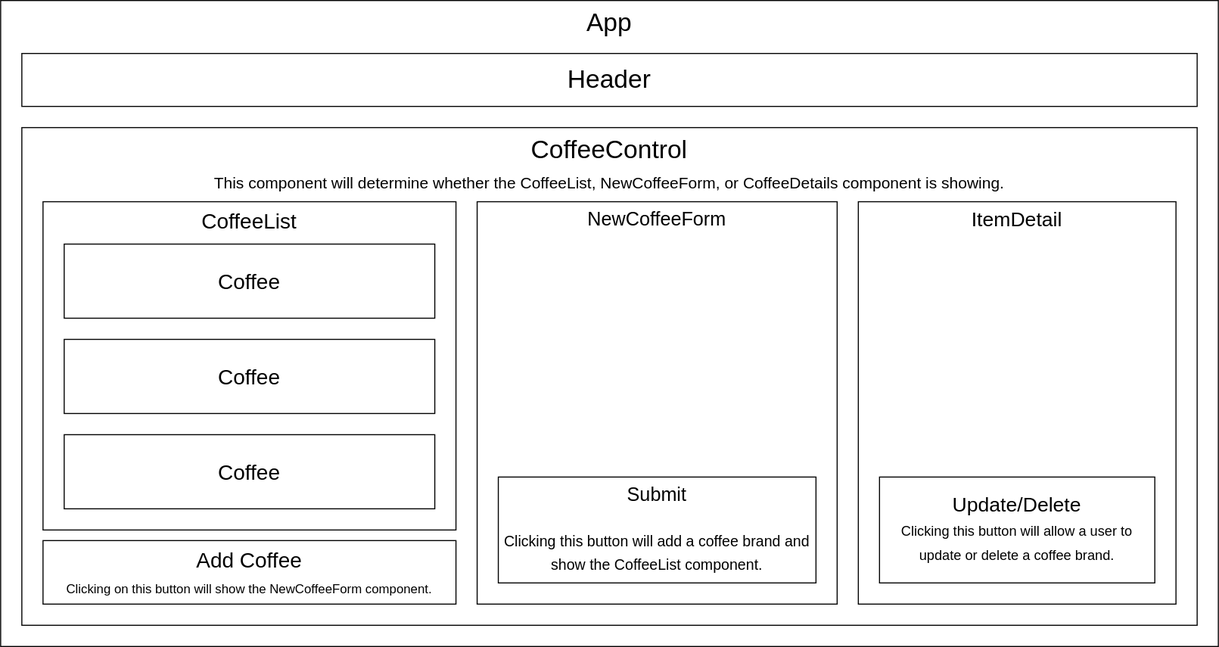
Earlier version of the draw.io export coffee_shop_diagram.drawio.svg (besure94/coffee-shop). Source tidied: cells renumbered, new cells last; positions are measured from the earlier drawing's top-left corner, leaving out a move shared by most shapes.
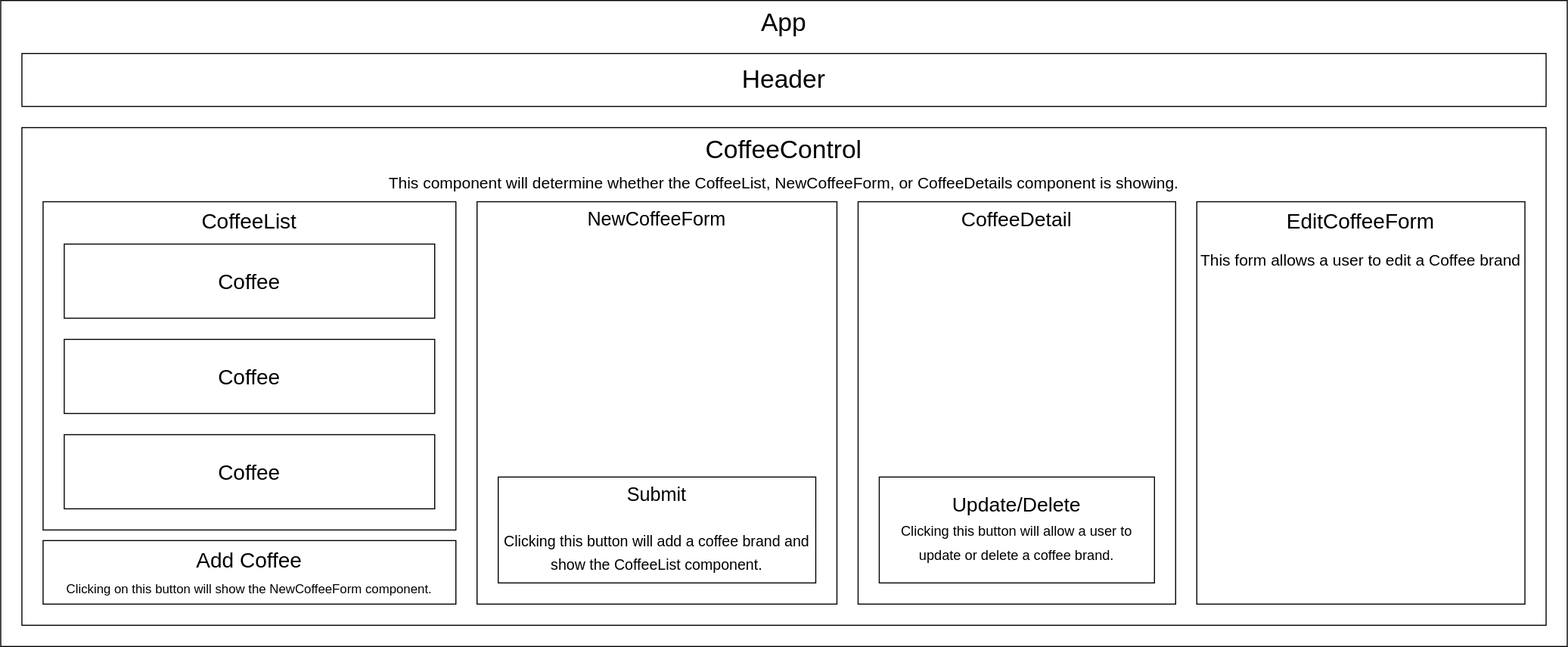
The same diagram one commit later.

Commit message:
Edit diagram to include EditCoffeeForm component, and add functionality to edit a Coffee.

The edit, as a diff of the source:
```diff
@@ -3,13 +3,13 @@
     <mxCell id="0" />
     <mxCell id="1" parent="0" />
     <mxCell id="2" value="&lt;font style=&quot;font-size: 24px;&quot;&gt;App&lt;/font&gt;" style="rounded=0;whiteSpace=wrap;html=1;verticalAlign=top;" parent="1" vertex="1">
-      <mxGeometry width="1150" height="610" as="geometry" />
+      <mxGeometry width="1480" height="610" as="geometry" />
     </mxCell>
     <mxCell id="3" value="Header" style="rounded=0;whiteSpace=wrap;html=1;fontSize=24;" parent="1" vertex="1">
-      <mxGeometry x="20" y="50" width="1110" height="50" as="geometry" />
+      <mxGeometry x="20" y="50" width="1440" height="50" as="geometry" />
     </mxCell>
     <mxCell id="4" value="CoffeeControl&lt;br&gt;&lt;font style=&quot;font-size: 15px;&quot;&gt;This component will determine whether the CoffeeList, NewCoffeeForm, or CoffeeDetails component is showing.&lt;/font&gt;" style="rounded=0;whiteSpace=wrap;html=1;fontSize=24;verticalAlign=top;" parent="1" vertex="1">
-      <mxGeometry x="20" y="120" width="1110" height="470" as="geometry" />
+      <mxGeometry x="20" y="120" width="1440" height="470" as="geometry" />
     </mxCell>
     <mxCell id="5" value="&lt;font style=&quot;font-size: 20px;&quot;&gt;CoffeeList&lt;/font&gt;" style="rounded=0;whiteSpace=wrap;html=1;fontSize=15;verticalAlign=top;" parent="1" vertex="1">
       <mxGeometry x="40" y="190" width="390" height="310" as="geometry" />
@@ -32,11 +32,14 @@
     <mxCell id="11" value="Submit&lt;br&gt;&lt;br&gt;&lt;font style=&quot;font-size: 14px;&quot;&gt;Clicking this button will add a coffee brand and show the CoffeeList component.&lt;/font&gt;" style="rounded=0;whiteSpace=wrap;html=1;fontSize=18;verticalAlign=top;" parent="1" vertex="1">
       <mxGeometry x="470" y="450" width="300" height="100" as="geometry" />
     </mxCell>
-    <mxCell id="12" value="&lt;font style=&quot;font-size: 19px;&quot;&gt;ItemDetail&lt;/font&gt;" style="rounded=0;whiteSpace=wrap;html=1;fontSize=14;verticalAlign=top;" parent="1" vertex="1">
+    <mxCell id="12" value="&lt;font style=&quot;font-size: 19px;&quot;&gt;CoffeeDetail&lt;/font&gt;" style="rounded=0;whiteSpace=wrap;html=1;fontSize=14;verticalAlign=top;" parent="1" vertex="1">
       <mxGeometry x="810" y="190" width="300" height="380" as="geometry" />
     </mxCell>
     <mxCell id="13" value="Update/Delete&lt;br&gt;&lt;font style=&quot;font-size: 13px;&quot;&gt;Clicking this button will allow a user to update or delete a coffee brand.&lt;/font&gt;" style="rounded=0;whiteSpace=wrap;html=1;fontSize=19;" parent="1" vertex="1">
       <mxGeometry x="830" y="450" width="260" height="100" as="geometry" />
     </mxCell>
+    <mxCell id="14" value="&lt;font style=&quot;&quot;&gt;&lt;span style=&quot;font-size: 20px;&quot;&gt;EditCoffeeForm&lt;/span&gt;&lt;br&gt;&lt;br&gt;&lt;font style=&quot;font-size: 15px;&quot;&gt;This form allows a user to edit a Coffee brand&lt;/font&gt;&lt;br&gt;&lt;/font&gt;" style="rounded=0;whiteSpace=wrap;html=1;fontSize=13;verticalAlign=top;" parent="1" vertex="1">
+      <mxGeometry x="1130" y="190" width="310" height="380" as="geometry" />
+    </mxCell>
   </root>
 </mxGraphModel>
```
